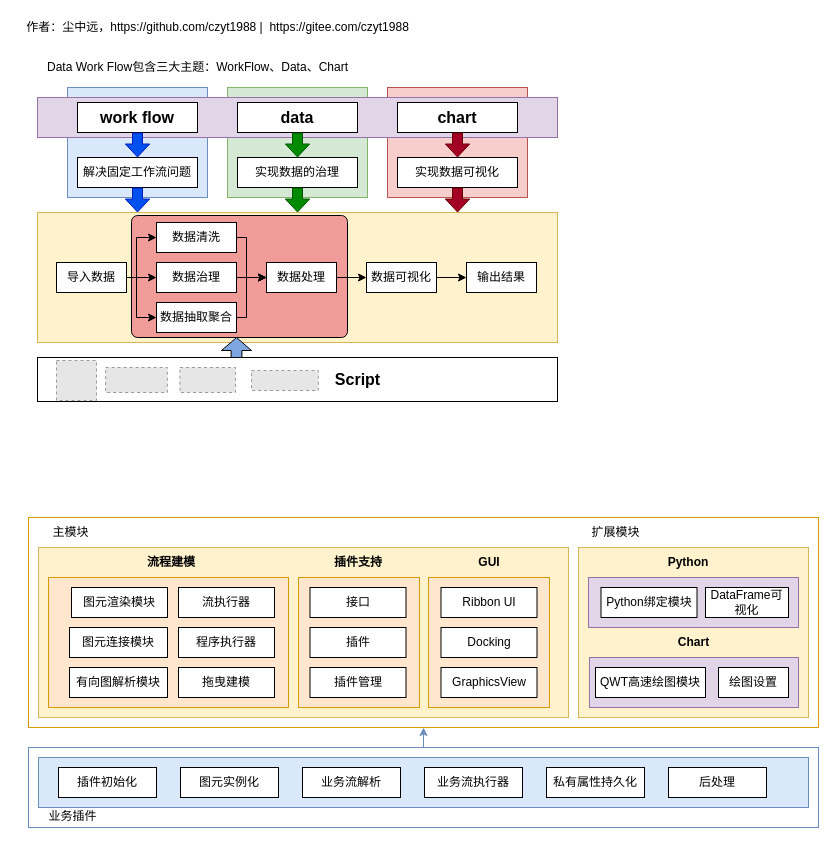
czyt1988/data-workbench keeps this draw.io diagram as page "概述" (1 of 2) of docs/zh/assets/drawio/about-data-work-flow.drawio. Above is the earlier version. Source tidied: cells renumbered, new cells numbered last; positions are measured from the earlier drawing's top-left corner, leaving out a move shared by most shapes. Both pictures are drawn from the tidied source at 100%, with x=0, y=0 at pixel (17, 17). Pictures stored in the file or linked from it are replaced by grey dashed boxes.
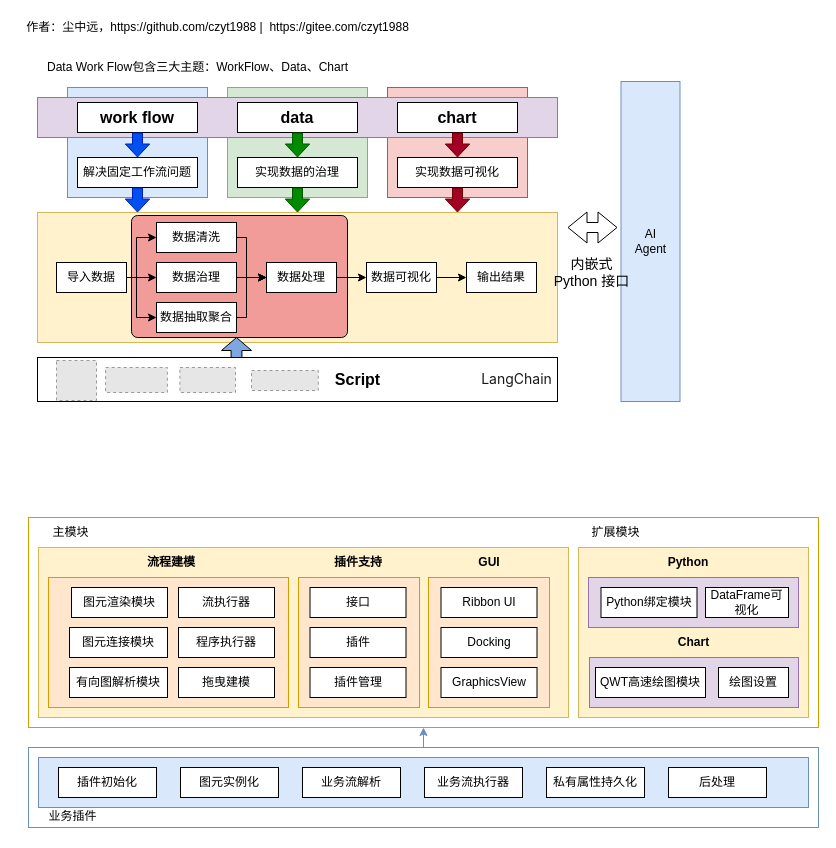
Above is the later version.

Change to the diagram source:
```diff
@@
+    <mxCell id="86" value="AI&lt;br&gt;Agent" style="rounded=0;whiteSpace=wrap;html=1;fillColor=#dae8fc;strokeColor=#6c8ebf;" parent="1" vertex="1">
+      <mxGeometry x="603.5" y="64" width="59" height="320" as="geometry" />
+    </mxCell>
+    <mxCell id="87" value="&lt;span style=&quot;color: rgba(0, 0, 0, 0.9); font-family: -apple-system, BlinkMacSystemFont, &amp;quot;Segoe UI&amp;quot;, system-ui, -apple-system, &amp;quot;Segoe UI&amp;quot;, Roboto, Ubuntu, Cantarell, &amp;quot;Noto Sans&amp;quot;, sans-serif, Arial, &amp;quot;PingFang SC&amp;quot;, &amp;quot;Source Han Sans SC&amp;quot;, &amp;quot;Microsoft YaHei UI&amp;quot;, &amp;quot;Microsoft YaHei&amp;quot;, &amp;quot;Noto Sans CJK SC&amp;quot;, sans-serif; font-size: 14px; text-align: start; background-color: rgb(255, 255, 255);&quot;&gt;LangChain&lt;/span&gt;" style="text;html=1;strokeColor=none;fillColor=none;align=center;verticalAlign=middle;whiteSpace=wrap;rounded=0;fontSize=14;" parent="1" vertex="1">
+      <mxGeometry x="459" y="347" width="81" height="30" as="geometry" />
+    </mxCell>
+    <mxCell id="88" style="shape=flexArrow;endArrow=classic;startArrow=classic;html=1;rounded=0;fontSize=14;" parent="1" edge="1">
+      <mxGeometry relative="1" as="geometry">
+        <mxPoint x="550" y="210" as="sourcePoint" />
+        <mxPoint x="600" y="210" as="targetPoint" />
+      </mxGeometry>
+    </mxCell>
+    <mxCell id="89" value="内嵌式&lt;br&gt;Python 接口" style="text;html=1;align=center;verticalAlign=middle;strokeColor=none;fillColor=none;fontSize=14;" parent="1" vertex="1">
+      <mxGeometry x="529" y="235" width="90" height="40" as="geometry" />
+    </mxCell>
```
